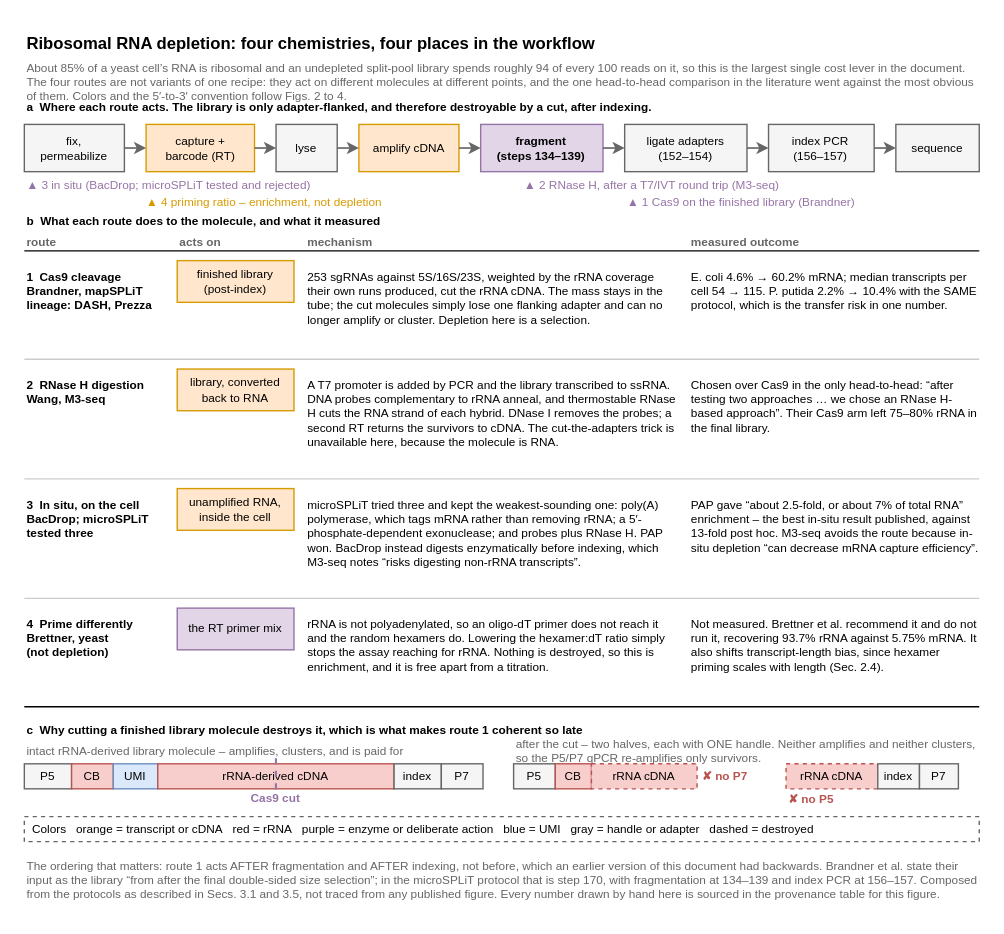
This is notes/assets/drawio/rrna-depletion-options.drawio from Mjvolk3/torchcell, a draw.io file, before an edit. Source tidied: cells renumbered, new cells numbered last; positions are measured from the earlier drawing's top-left corner, leaving out a move shared by most shapes. Both pictures are drawn from the tidied source at 139%, with x=0, y=0 at pixel (24, 24).
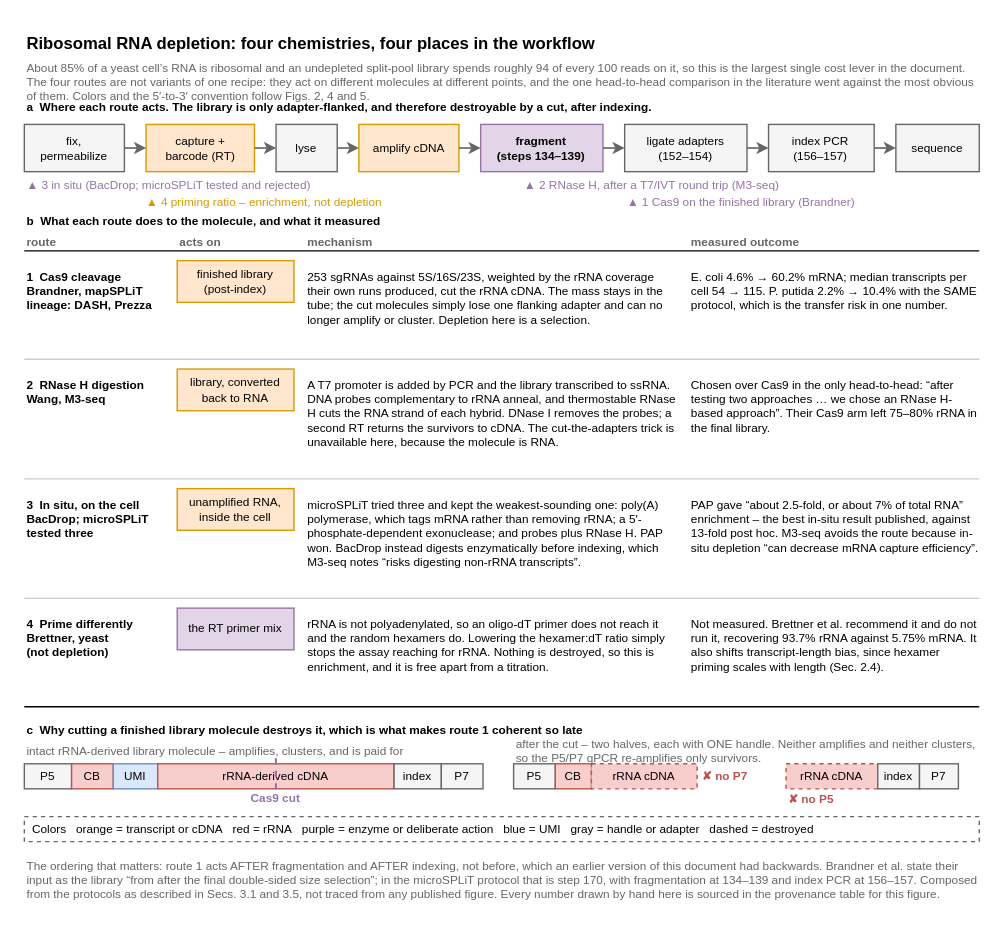
The same page after the edit.

What changed in the source:
```diff
@@
-    <mxCell id="3" value="About 85% of a yeast cell’s RNA is ribosomal and an undepleted split-pool library spends roughly 94 of every 100 reads on it, so this is the largest single cost lever in the document. The four routes are not variants of one recipe: they act on different molecules at different points, and the one head-to-head comparison in the literature went against the most obvious of them. Colors and the 5′-to-3′ convention follow Figs. 2 to 4." style="text;html=1;whiteSpace=wrap;align=left;verticalAlign=top;fontFamily=Arial;fontSize=8.5;fontColor=#666666;" parent="1" vertex="1">
+    <mxCell id="3" value="About 85% of a yeast cell’s RNA is ribosomal and an undepleted split-pool library spends roughly 94 of every 100 reads on it, so this is the largest single cost lever in the document. The four routes are not variants of one recipe: they act on different molecules at different points, and the one head-to-head comparison in the literature went against the most obvious of them. Colors and the 5′-to-3′ convention follow Figs. 2, 4 and 5." style="text;html=1;whiteSpace=wrap;align=left;verticalAlign=top;fontFamily=Arial;fontSize=8.5;fontColor=#666666;" parent="1" vertex="1">
       <mxGeometry y="20" width="687" height="30" as="geometry" />
     </mxCell>
```
